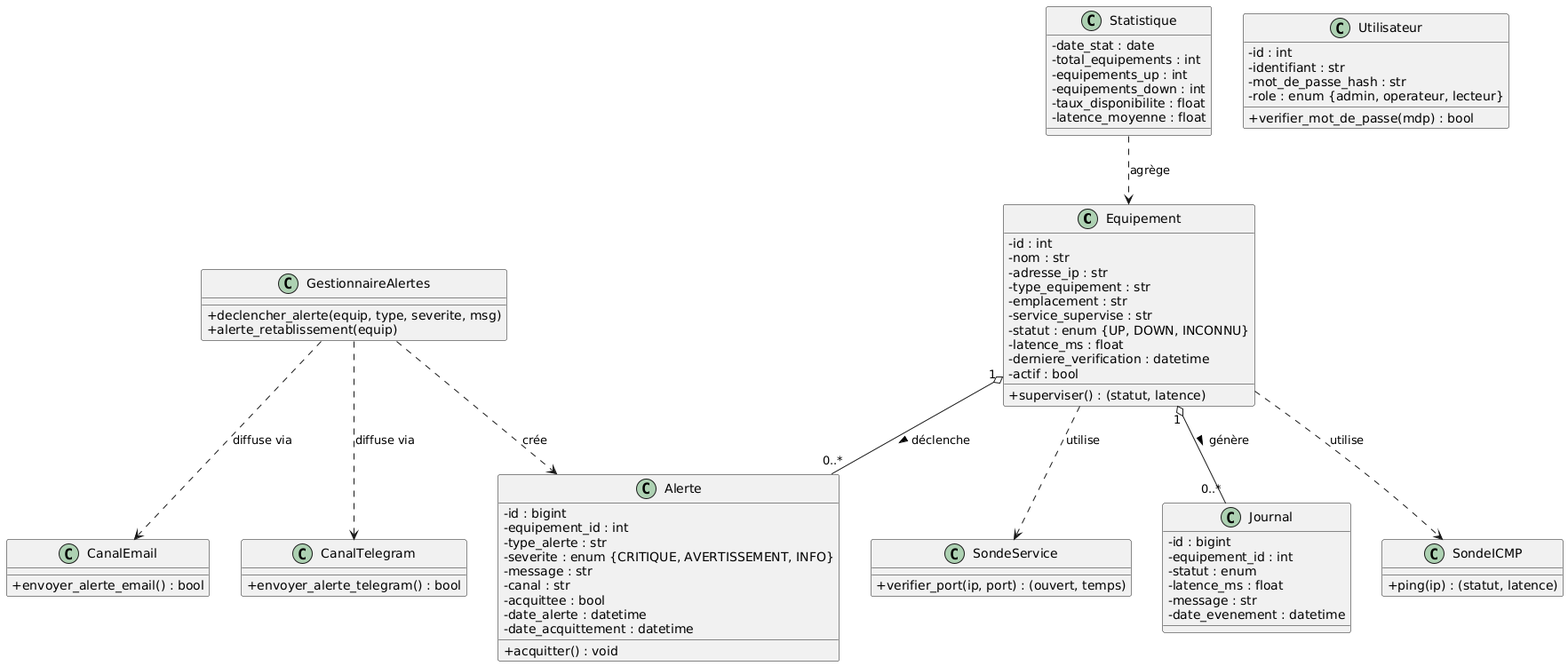
esperanceykouassi-bit/Supervision-reseau keeps this PlantUML diagram as architecture/diagrammes/diagramme-classes.png. Above is the earlier version. Its diagram source:
```plantuml
@startuml diagramme-classes
skinparam classAttributeIconSize 0

class Equipement {
  - id : int
  - nom : str
  - adresse_ip : str
  - type_equipement : str
  - emplacement : str
  - service_supervise : str
  - statut : enum {UP, DOWN, INCONNU}
  - latence_ms : float
  - derniere_verification : datetime
  - actif : bool
  + superviser() : (statut, latence)
}

class Journal {
  - id : bigint
  - equipement_id : int
  - statut : enum
  - latence_ms : float
  - message : str
  - date_evenement : datetime
}

class Alerte {
  - id : bigint
  - equipement_id : int
  - type_alerte : str
  - severite : enum {CRITIQUE, AVERTISSEMENT, INFO}
  - message : str
  - canal : str
  - acquittee : bool
  - date_alerte : datetime
  - date_acquittement : datetime
  + acquitter() : void
}

class Utilisateur {
  - id : int
  - identifiant : str
  - mot_de_passe_hash : str
  - role : enum {admin, operateur, lecteur}
  + verifier_mot_de_passe(mdp) : bool
}

class Statistique {
  - date_stat : date
  - total_equipements : int
  - equipements_up : int
  - equipements_down : int
  - taux_disponibilite : float
  - latence_moyenne : float
}

class SondeICMP {
  + ping(ip) : (statut, latence)
}

class SondeService {
  + verifier_port(ip, port) : (ouvert, temps)
}

class GestionnaireAlertes {
  + declencher_alerte(equip, type, severite, msg)
  + alerte_retablissement(equip)
}

class CanalEmail {
  + envoyer_alerte_email() : bool
}

class CanalTelegram {
  + envoyer_alerte_telegram() : bool
}

Equipement "1" o-- "0..*" Journal : génère >
Equipement "1" o-- "0..*" Alerte : déclenche >
Equipement ..> SondeICMP : utilise
Equipement ..> SondeService : utilise
GestionnaireAlertes ..> Alerte : crée
GestionnaireAlertes ..> CanalEmail : diffuse via
GestionnaireAlertes ..> CanalTelegram : diffuse via
Statistique ..> Equipement : agrège

@enduml
```
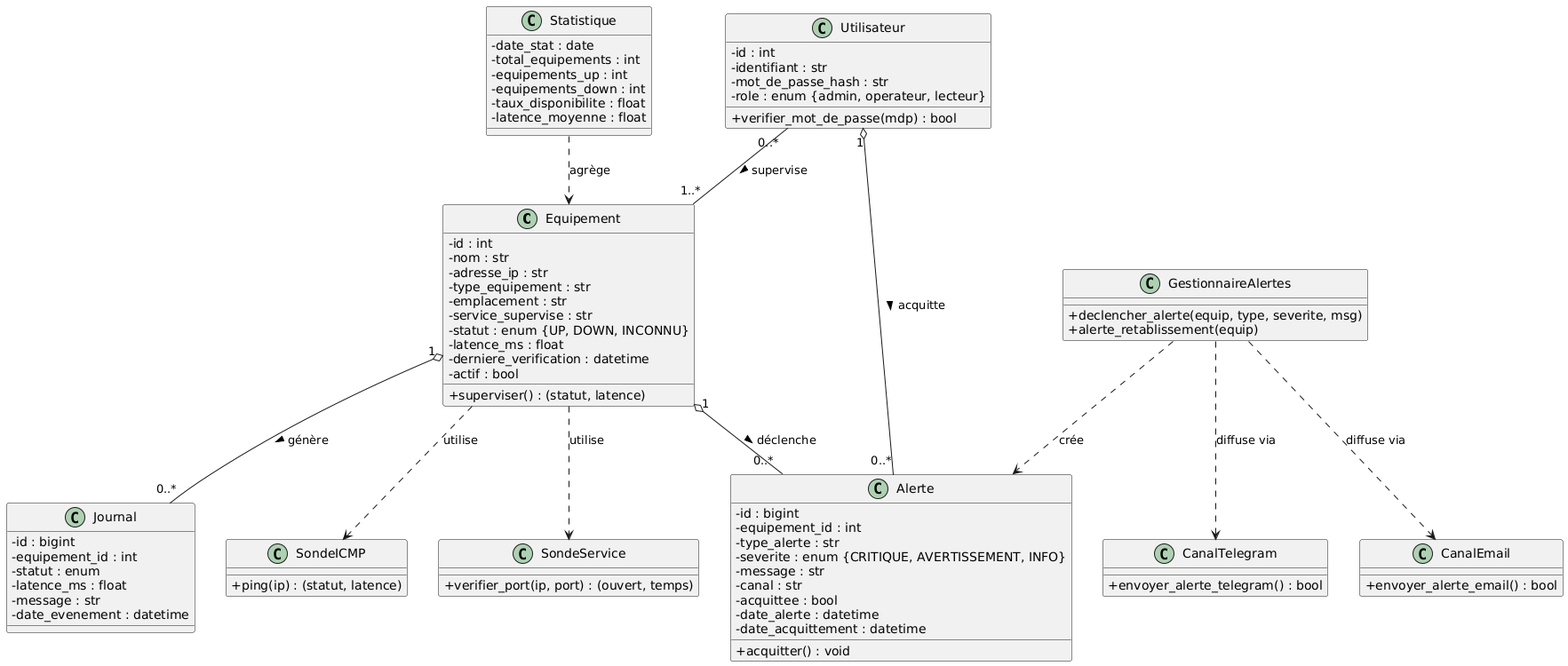
After the change.

Change to the diagram source:
```diff
@@ -77,6 +77,8 @@
 
 Equipement "1" o-- "0..*" Journal : génère >
 Equipement "1" o-- "0..*" Alerte : déclenche >
+Utilisateur "0..*" -- "1..*" Equipement : supervise >
+Utilisateur "1" o-- "0..*" Alerte : acquitte >
 Equipement ..> SondeICMP : utilise
 Equipement ..> SondeService : utilise
 GestionnaireAlertes ..> Alerte : crée
```
